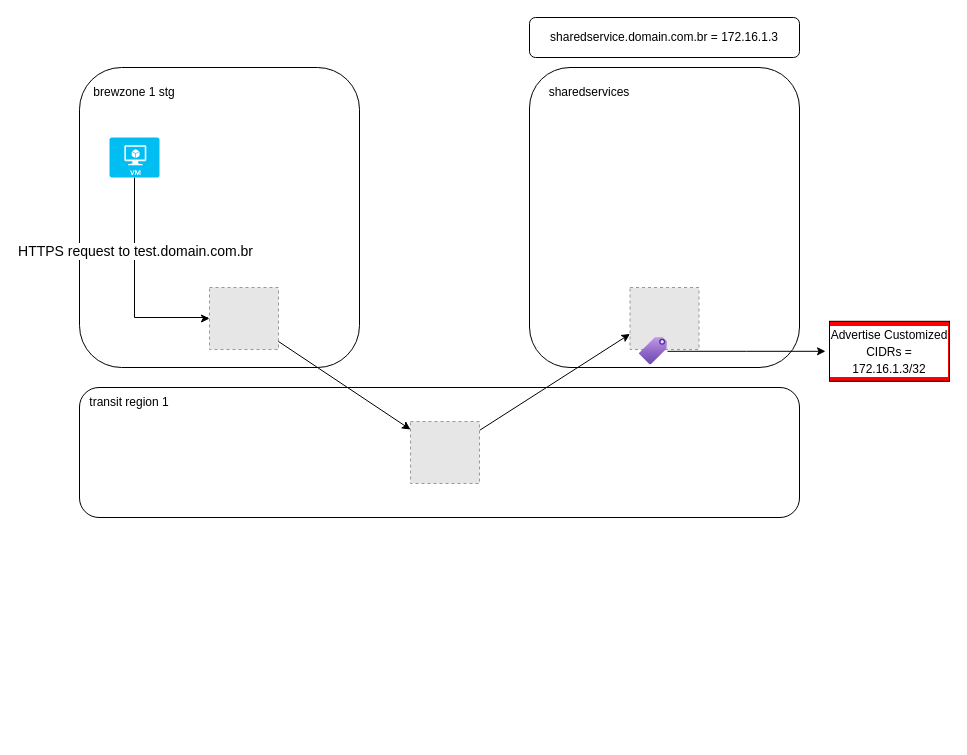
This is page "Routing Feature 1" (3 of 5) of aviatrix/Untitled Diagram.drawio from fe-eccel/.github.io, a draw.io file, before an edit. Source tidied: cells renumbered, new cells numbered last; positions are measured from the earlier drawing's top-left corner, leaving out a move shared by most shapes. Both pictures are drawn from the tidied source at 100%, with x=0, y=0 at pixel (79, 17). Pictures stored in the file or linked from it are replaced by grey dashed boxes.
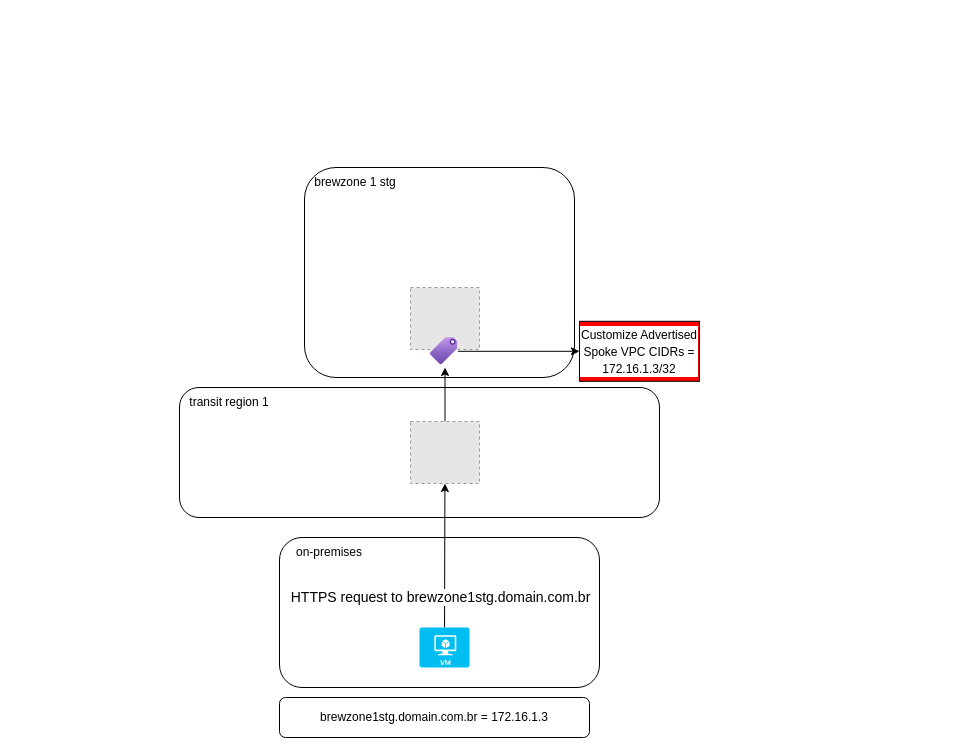
The same page after the edit.

The change refers to these unchanged cells:
```xml
<mxCell id="14" style="fillColor=#E6E6E6;strokeColor=#999999;dashed=1;verticalLabelPosition=bottom;labelBackgroundColor=default;verticalAlign=top;" parent="1" vertex="1">
  <mxGeometry x="331" y="404" width="69" height="62" as="geometry" />
</mxCell>
```

Diff of the diagram source:
```diff
@@
     <mxCell id="2" style="rounded=1;whiteSpace=wrap;html=1;" parent="1" vertex="1">
-      <mxGeometry y="50" width="280" height="300" as="geometry" />
+      <mxGeometry x="200" y="520" width="320" height="150" as="geometry" />
     </mxCell>
-    <mxCell id="3" style="fillColor=#E6E6E6;strokeColor=#999999;dashed=1;verticalLabelPosition=bottom;labelBackgroundColor=default;verticalAlign=top;" parent="1" vertex="1">
-      <mxGeometry x="130" y="270" width="69" height="62" as="geometry" />
-    </mxCell>
     <mxCell id="4" style="rounded=1;whiteSpace=wrap;html=1;" parent="1" vertex="1">
-      <mxGeometry x="450" y="50" width="270" height="300" as="geometry" />
+      <mxGeometry x="225" y="150" width="270" height="210" as="geometry" />
     </mxCell>
-    <mxCell id="5" value="sharedservices" style="text;html=1;strokeColor=none;fillColor=none;align=center;verticalAlign=middle;whiteSpace=wrap;rounded=0;" parent="1" vertex="1">
-      <mxGeometry x="460" y="60" width="100" height="30" as="geometry" />
+    <mxCell id="5" value="brewzone 1 stg" style="text;html=1;strokeColor=none;fillColor=none;align=center;verticalAlign=middle;whiteSpace=wrap;rounded=0;" parent="1" vertex="1">
+      <mxGeometry x="225.5" y="150" width="100" height="30" as="geometry" />
     </mxCell>
     <mxCell id="6" style="fillColor=#E6E6E6;strokeColor=#999999;dashed=1;verticalLabelPosition=bottom;labelBackgroundColor=default;verticalAlign=top;" parent="1" vertex="1">
-      <mxGeometry x="550.5" y="270" width="69" height="62" as="geometry" />
+      <mxGeometry x="331" y="270" width="69" height="62" as="geometry" />
     </mxCell>
     <mxCell id="7" style="rounded=1;whiteSpace=wrap;html=1;" parent="1" vertex="1">
-      <mxGeometry y="370" width="720" height="130" as="geometry" />
+      <mxGeometry x="100" y="370" width="480" height="130" as="geometry" />
     </mxCell>
-    <mxCell id="8" value="brewzone 1 stg" style="text;html=1;strokeColor=none;fillColor=none;align=center;verticalAlign=middle;whiteSpace=wrap;rounded=0;" parent="1" vertex="1">
-      <mxGeometry x="5" y="60" width="100" height="30" as="geometry" />
+    <mxCell id="8" value="on-premises" style="text;html=1;strokeColor=none;fillColor=none;align=center;verticalAlign=middle;whiteSpace=wrap;rounded=0;" parent="1" vertex="1">
+      <mxGeometry x="200" y="520" width="100" height="30" as="geometry" />
     </mxCell>
-    <mxCell id="9" style="edgeStyle=orthogonalEdgeStyle;rounded=0;jettySize=auto;html=1;entryX=0;entryY=0.5;entryDx=0;entryDy=0;fontSize=14;" parent="1" edge="1" source="11" target="3">
-      <mxGeometry relative="1" as="geometry">
-        <Array as="points">
-          <mxPoint x="55" y="300" />
-          <mxPoint x="128" y="300" />
-          <mxPoint x="128" y="301" />
-        </Array>
-      </mxGeometry>
-    </mxCell>
-    <mxCell id="10" value="HTTPS request to test.domain.com.br" style="edgeLabel;html=1;align=center;verticalAlign=middle;fontSize=14;" parent="9" vertex="1">
-      <mxGeometry x="-0.32" relative="1" as="geometry" />
-    </mxCell>
+    <mxCell id="20" style="edgeStyle=none;rounded=0;jettySize=auto;html=1;fontSize=14;" parent="1" edge="1" source="11" target="14">
+      <mxGeometry relative="1" as="geometry" />
+    </mxCell>
+    <mxCell id="21" value="HTTPS request to brewzone1stg.domain.com.br" style="edgeLabel;html=1;align=center;verticalAlign=middle;fontSize=14;" parent="20" vertex="1">
+      <mxGeometry x="-0.63" y="1" relative="1" as="geometry">
+        <mxPoint x="-4" y="-3" as="offset" />
+      </mxGeometry>
+    </mxCell>
     <mxCell id="11" style="verticalLabelPosition=bottom;html=1;verticalAlign=top;align=center;strokeColor=none;fillColor=#00BEF2;shape=mxgraph.azure.virtual_machine;labelBackgroundColor=#FFFFFF;fontSize=14;" parent="1" vertex="1">
-      <mxGeometry x="30" y="120" width="50" height="40" as="geometry" />
+      <mxGeometry x="340" y="610" width="50" height="40" as="geometry" />
     </mxCell>
-    <mxCell id="12" value="sharedservice.domain.com.br = 172.16.1.3" style="rounded=1;whiteSpace=wrap;html=1;" parent="1" vertex="1">
-      <mxGeometry x="450" width="270" height="40" as="geometry" />
+    <mxCell id="12" value="brewzone1stg.domain.com.br = 172.16.1.3" style="rounded=1;whiteSpace=wrap;html=1;" parent="1" vertex="1">
+      <mxGeometry x="200" y="680" width="310" height="40" as="geometry" />
     </mxCell>
-    <mxCell id="13" style="edgeStyle=none;rounded=0;jettySize=auto;html=1;entryX=0;entryY=0.75;entryDx=0;entryDy=0;fontSize=14;" parent="1" edge="1" source="14" target="6">
+    <mxCell id="13" style="edgeStyle=none;rounded=0;jettySize=auto;html=1;entryX=0.536;entryY=1.091;entryDx=0;entryDy=0;fontSize=14;entryPerimeter=0;" parent="1" edge="1" source="14" target="17">
       <mxGeometry relative="1" as="geometry" />
     </mxCell>
@@
     <mxCell id="15" value="transit region 1" style="text;html=1;strokeColor=none;fillColor=none;align=center;verticalAlign=middle;whiteSpace=wrap;rounded=0;" parent="1" vertex="1">
-      <mxGeometry y="370" width="100" height="30" as="geometry" />
+      <mxGeometry x="100" y="370" width="100" height="30" as="geometry" />
     </mxCell>
-    <mxCell id="16" style="edgeStyle=orthogonalEdgeStyle;rounded=0;jettySize=auto;html=1;fontSize=14;" parent="1" edge="1" source="17">
-      <mxGeometry relative="1" as="geometry">
-        <mxPoint x="746" y="333.8" as="targetPoint" />
-      </mxGeometry>
+    <mxCell id="16" style="edgeStyle=orthogonalEdgeStyle;rounded=0;jettySize=auto;html=1;fontSize=14;entryX=0;entryY=0.5;entryDx=0;entryDy=0;" parent="1" edge="1" source="17" target="18">
+      <mxGeometry relative="1" as="geometry" />
     </mxCell>
     <mxCell id="17" style="html=1;points=[];align=center;image;fontSize=12;image=img/lib/azure2/general/Tag.svg;labelBackgroundColor=#FFFFFF;fillColor=#FF0000;" parent="1" vertex="1">
-      <mxGeometry x="560" y="320" width="28" height="27.5" as="geometry" />
+      <mxGeometry x="350.5" y="320" width="28" height="27.5" as="geometry" />
     </mxCell>
-    <mxCell id="18" value="&lt;span style=&quot;font-size: 12px;&quot;&gt;Advertise Customized CIDRs = 172.16.1.3/32&lt;/span&gt;" style="rounded=0;whiteSpace=wrap;html=1;labelBackgroundColor=#FFFFFF;fontSize=14;fillColor=#FF0000;" parent="1" vertex="1">
-      <mxGeometry x="750" y="303.8" width="120" height="60" as="geometry" />
+    <mxCell id="18" value="&lt;span style=&quot;font-size: 12px;&quot;&gt;Customize Advertised Spoke VPC CIDRs = 172.16.1.3/32&lt;/span&gt;" style="rounded=0;whiteSpace=wrap;html=1;labelBackgroundColor=#FFFFFF;fontSize=14;fillColor=#FF0000;" parent="1" vertex="1">
+      <mxGeometry x="500" y="303.8" width="120" height="60" as="geometry" />
     </mxCell>
-    <mxCell id="19" style="edgeStyle=none;rounded=0;jettySize=auto;html=1;fontSize=14;" parent="1" edge="1" source="3" target="14">
-      <mxGeometry relative="1" as="geometry" />
-    </mxCell>
```
